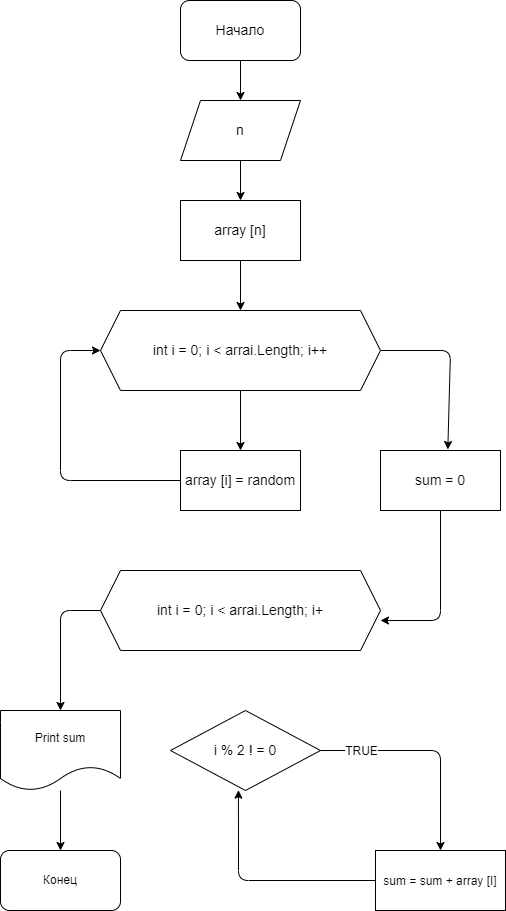
Above: HWork5/Task36/diagram.dravio.png in VladimirVicPar/qwerty1 (draw.io), before the change. Source tidied: cells renumbered, new cells last; positions are measured from the earlier drawing's top-left corner, leaving out a move shared by most shapes. The source it was exported from:
```xml
<mxGraphModel>
  <root>
    <mxCell id="0" />
    <mxCell id="1" parent="0" />
    <mxCell id="2" style="edgeStyle=none;html=1;fontSize=14;" parent="1" edge="1" source="3" target="5">
      <mxGeometry relative="1" as="geometry" />
    </mxCell>
    <mxCell id="3" value="&lt;font style=&quot;font-size: 14px&quot;&gt;Начало&lt;/font&gt;" style="rounded=1;whiteSpace=wrap;html=1;" parent="1" vertex="1">
      <mxGeometry x="180" width="120" height="60" as="geometry" />
    </mxCell>
    <mxCell id="4" style="edgeStyle=none;html=1;fontSize=14;" parent="1" edge="1" source="5" target="7">
      <mxGeometry relative="1" as="geometry" />
    </mxCell>
    <mxCell id="5" value="n" style="shape=parallelogram;perimeter=parallelogramPerimeter;whiteSpace=wrap;html=1;fixedSize=1;fontSize=14;" parent="1" vertex="1">
      <mxGeometry x="180" y="100" width="120" height="60" as="geometry" />
    </mxCell>
    <mxCell id="6" style="edgeStyle=none;html=1;fontSize=14;" parent="1" edge="1" source="7" target="10">
      <mxGeometry relative="1" as="geometry" />
    </mxCell>
    <mxCell id="7" value="array [n]" style="rounded=0;whiteSpace=wrap;html=1;fontSize=14;" parent="1" vertex="1">
      <mxGeometry x="180" y="200" width="120" height="60" as="geometry" />
    </mxCell>
    <mxCell id="8" style="edgeStyle=none;html=1;exitX=1;exitY=0.5;exitDx=0;exitDy=0;entryX=0.561;entryY=-0.017;entryDx=0;entryDy=0;entryPerimeter=0;fontSize=14;" parent="1" edge="1" source="10" target="14">
      <mxGeometry relative="1" as="geometry">
        <Array as="points">
          <mxPoint x="450" y="350" />
        </Array>
      </mxGeometry>
    </mxCell>
    <mxCell id="9" style="edgeStyle=none;html=1;fontSize=14;" parent="1" edge="1" source="10" target="12">
      <mxGeometry relative="1" as="geometry" />
    </mxCell>
    <mxCell id="10" value="int i = 0; i &amp;lt; arrai.Length; i++" style="shape=hexagon;perimeter=hexagonPerimeter2;whiteSpace=wrap;html=1;fixedSize=1;fontSize=14;" parent="1" vertex="1">
      <mxGeometry x="100" y="310" width="280" height="80" as="geometry" />
    </mxCell>
    <mxCell id="11" style="edgeStyle=none;html=1;exitX=0;exitY=0.5;exitDx=0;exitDy=0;entryX=0;entryY=0.5;entryDx=0;entryDy=0;fontSize=14;" parent="1" edge="1" source="12" target="10">
      <mxGeometry relative="1" as="geometry">
        <Array as="points">
          <mxPoint x="60" y="480" />
          <mxPoint x="60" y="350" />
        </Array>
      </mxGeometry>
    </mxCell>
    <mxCell id="12" value="array [i] = random" style="rounded=0;whiteSpace=wrap;html=1;fontSize=14;" parent="1" vertex="1">
      <mxGeometry x="180" y="450" width="120" height="60" as="geometry" />
    </mxCell>
    <mxCell id="13" style="edgeStyle=none;html=1;exitX=0.5;exitY=1;exitDx=0;exitDy=0;entryX=1;entryY=0.625;entryDx=0;entryDy=0;entryPerimeter=0;fontSize=14;" parent="1" edge="1" source="14" target="16">
      <mxGeometry relative="1" as="geometry">
        <Array as="points">
          <mxPoint x="440" y="620" />
        </Array>
      </mxGeometry>
    </mxCell>
    <mxCell id="14" value="sum = 0" style="rounded=0;whiteSpace=wrap;html=1;fontSize=14;" parent="1" vertex="1">
      <mxGeometry x="380" y="450" width="120" height="60" as="geometry" />
    </mxCell>
    <mxCell id="15" style="edgeStyle=none;html=1;exitX=0;exitY=0.5;exitDx=0;exitDy=0;entryX=0.5;entryY=0;entryDx=0;entryDy=0;fontSize=12;" parent="1" edge="1" source="16" target="23">
      <mxGeometry relative="1" as="geometry">
        <Array as="points">
          <mxPoint x="60" y="610" />
        </Array>
      </mxGeometry>
    </mxCell>
    <mxCell id="16" value="int i = 0; i &amp;lt; arrai.Length; i+" style="shape=hexagon;perimeter=hexagonPerimeter2;whiteSpace=wrap;html=1;fixedSize=1;fontSize=14;" parent="1" vertex="1">
      <mxGeometry x="100" y="570" width="280" height="80" as="geometry" />
    </mxCell>
    <mxCell id="17" style="edgeStyle=none;html=1;exitX=1;exitY=0.5;exitDx=0;exitDy=0;entryX=0.5;entryY=0;entryDx=0;entryDy=0;fontSize=12;" parent="1" edge="1" source="19" target="21">
      <mxGeometry relative="1" as="geometry">
        <Array as="points">
          <mxPoint x="440" y="750" />
        </Array>
      </mxGeometry>
    </mxCell>
    <mxCell id="18" value="TRUE" style="edgeLabel;html=1;align=center;verticalAlign=middle;fontSize=12;" parent="17" vertex="1">
      <mxGeometry x="-0.64" relative="1" as="geometry" />
    </mxCell>
    <mxCell id="19" value="i % 2 ! = 0" style="rhombus;whiteSpace=wrap;html=1;fontSize=14;" parent="1" vertex="1">
      <mxGeometry x="170" y="710" width="150" height="80" as="geometry" />
    </mxCell>
    <mxCell id="20" style="edgeStyle=none;html=1;exitX=0;exitY=0.5;exitDx=0;exitDy=0;entryX=0.453;entryY=0.996;entryDx=0;entryDy=0;entryPerimeter=0;fontSize=12;" parent="1" edge="1" source="21" target="19">
      <mxGeometry relative="1" as="geometry">
        <Array as="points">
          <mxPoint x="238" y="880" />
        </Array>
      </mxGeometry>
    </mxCell>
    <mxCell id="21" value="&lt;font style=&quot;font-size: 12px&quot;&gt;sum = sum + array [I]&lt;/font&gt;" style="rounded=0;whiteSpace=wrap;html=1;fontSize=14;" parent="1" vertex="1">
      <mxGeometry x="375" y="850" width="130" height="60" as="geometry" />
    </mxCell>
    <mxCell id="22" style="edgeStyle=none;html=1;fontSize=12;" parent="1" edge="1" source="23" target="24">
      <mxGeometry relative="1" as="geometry" />
    </mxCell>
    <mxCell id="23" value="Print sum" style="shape=document;whiteSpace=wrap;html=1;boundedLbl=1;fontSize=12;" parent="1" vertex="1">
      <mxGeometry y="710" width="120" height="80" as="geometry" />
    </mxCell>
    <mxCell id="24" value="Конец" style="rounded=1;whiteSpace=wrap;html=1;fontSize=12;" parent="1" vertex="1">
      <mxGeometry y="850" width="120" height="60" as="geometry" />
    </mxCell>
  </root>
</mxGraphModel>
```
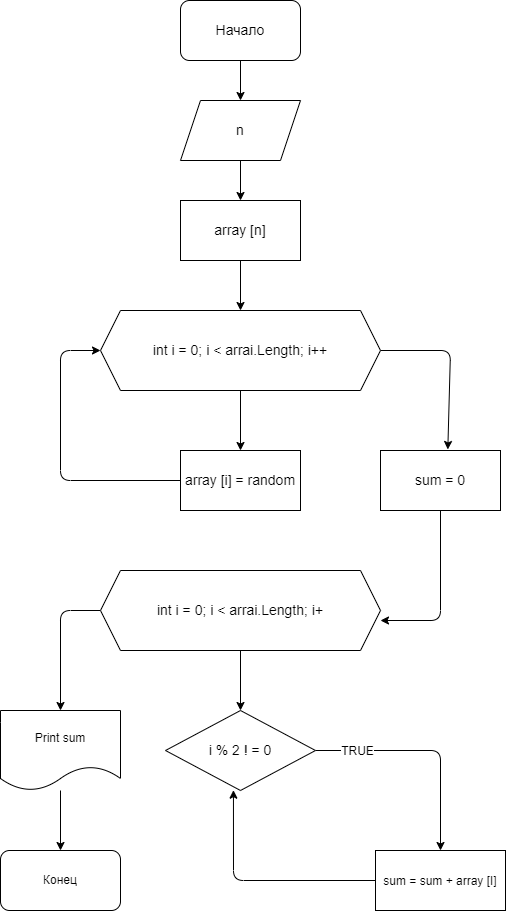
The same file after the commit.

Commit message:
Commite Diagram.droavio.png Task36 HWork5

The edit, as a diff of the source:
```diff
@@ -61,6 +61,9 @@
         </Array>
       </mxGeometry>
     </mxCell>
+    <mxCell id="25" style="edgeStyle=none;html=1;" parent="1" edge="1" source="16" target="19">
+      <mxGeometry relative="1" as="geometry" />
+    </mxCell>
     <mxCell id="16" value="int i = 0; i &amp;lt; arrai.Length; i+" style="shape=hexagon;perimeter=hexagonPerimeter2;whiteSpace=wrap;html=1;fixedSize=1;fontSize=14;" parent="1" vertex="1">
       <mxGeometry x="100" y="570" width="280" height="80" as="geometry" />
     </mxCell>
@@ -75,12 +78,12 @@
       <mxGeometry x="-0.64" relative="1" as="geometry" />
     </mxCell>
     <mxCell id="19" value="i % 2 ! = 0" style="rhombus;whiteSpace=wrap;html=1;fontSize=14;" parent="1" vertex="1">
-      <mxGeometry x="170" y="710" width="150" height="80" as="geometry" />
+      <mxGeometry x="165" y="710" width="150" height="80" as="geometry" />
     </mxCell>
     <mxCell id="20" style="edgeStyle=none;html=1;exitX=0;exitY=0.5;exitDx=0;exitDy=0;entryX=0.453;entryY=0.996;entryDx=0;entryDy=0;entryPerimeter=0;fontSize=12;" parent="1" edge="1" source="21" target="19">
       <mxGeometry relative="1" as="geometry">
         <Array as="points">
-          <mxPoint x="238" y="880" />
+          <mxPoint x="233" y="880" />
         </Array>
       </mxGeometry>
     </mxCell>
```
